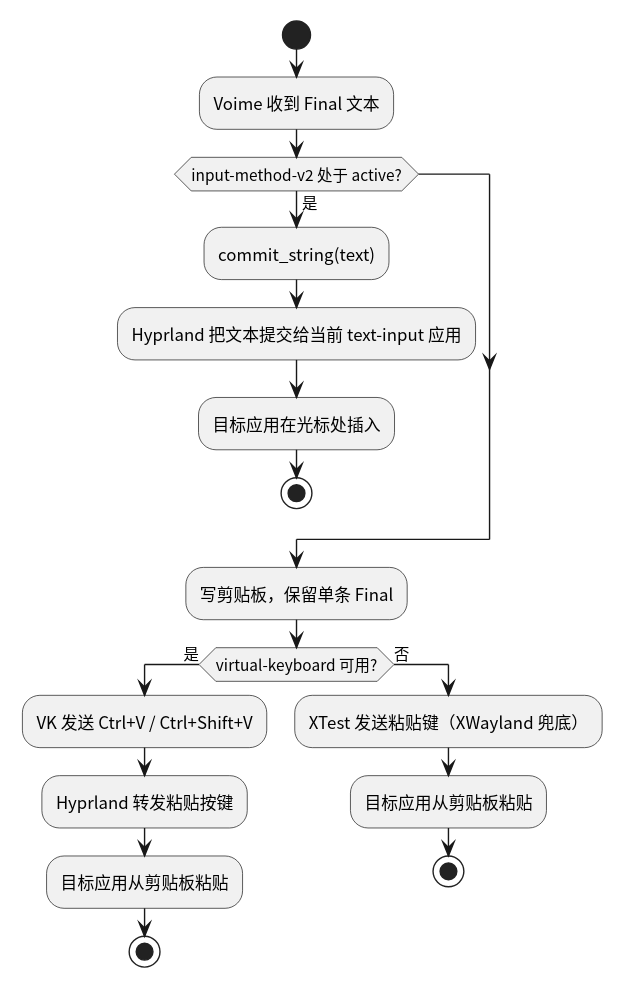
54m43lJ/voime keeps this PlantUML diagram as diagram/act-delivery.svg. Above is the earlier version. The source it was exported from:
```plantuml
@startuml
skinparam defaultFontName "Noto Sans CJK SC"
skinparam shadowing false

start
:Voime 收到 Final 文本;
if (input-method-v2 处于 active?) then (是)
  :commit_string(text);
  :Hyprland 把文本提交给当前 text-input 应用;
  :目标应用在光标处插入;
  stop
endif

:写剪贴板，保留单条 Final;
if (virtual-keyboard 可用?) then (是)
  :VK 发送 Ctrl+V / Ctrl+Shift+V;
  :Hyprland 转发粘贴按键;
  :目标应用从剪贴板粘贴;
  stop
else (否)
  :XTest 发送粘贴键（XWayland 兜底）;
  :目标应用从剪贴板粘贴;
  stop
endif
@enduml
```
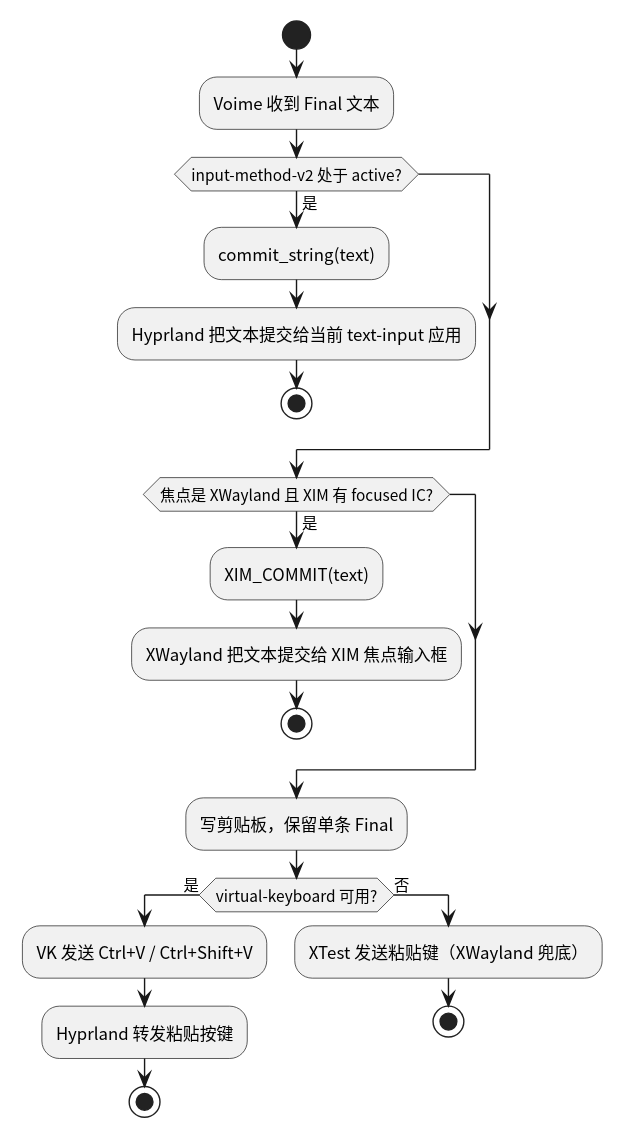
After the change.

Diff of the diagram source:
```diff
@@ -7,7 +7,12 @@
 if (input-method-v2 处于 active?) then (是)
   :commit_string(text);
   :Hyprland 把文本提交给当前 text-input 应用;
-  :目标应用在光标处插入;
+  stop
+endif
+
+if (焦点是 XWayland 且 XIM 有 focused IC?) then (是)
+  :XIM_COMMIT(text);
+  :XWayland 把文本提交给 XIM 焦点输入框;
   stop
 endif
 
@@ -15,11 +20,9 @@
 if (virtual-keyboard 可用?) then (是)
   :VK 发送 Ctrl+V / Ctrl+Shift+V;
   :Hyprland 转发粘贴按键;
-  :目标应用从剪贴板粘贴;
   stop
 else (否)
   :XTest 发送粘贴键（XWayland 兜底）;
-  :目标应用从剪贴板粘贴;
   stop
 endif
 @enduml
```
